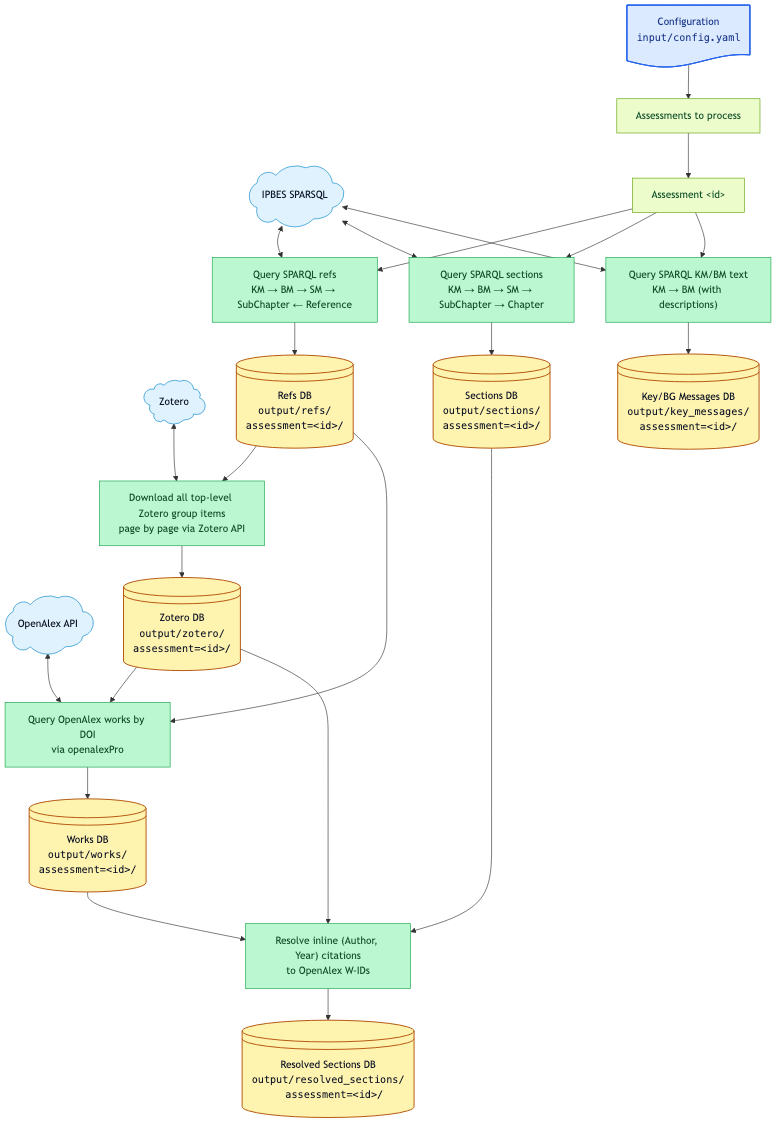
The Mermaid diagram output/figures/workflow.png in IPBES-Data/IPBES_BM_Fact_Checker, before a commit. Its source is kept beside it as input/mmd/workflow.mmd. Its diagram source:
```mermaid
flowchart TD


  openalex@{ shape: cloud, label: "OpenAlex API" }
  zotero@{ shape: cloud, label: "Zotero" }
  sparsql@{ shape: cloud, label: "IPBES SPARSQL" }

  config_file@{ shape: doc, label: "Configuration <br><tt>input/config.yaml</tt>" }
  assessment_list["Assessments to process"]
  config_file --> assessment_list


  assessment_id["Assessment &lt;id&gt;"]

  assessment_list --> assessment_id

  build_refs["Query SPARQL refs<br/>KM → BM → SM → SubChapter ← Reference"]
  assessment_id --> build_refs
  sparsql <--> build_refs
  refs_db@{ shape: lin-cyl, label: "Refs DB<br/><tt>output/refs/</tt><br/><tt>  assessment=&lt;id&gt;/</tt>" }
  build_refs --> refs_db

  build_sections["Query SPARQL sections<br/>KM → BM → SM → SubChapter → Chapter"]
  assessment_id --> build_sections
  sparsql <--> build_sections
  sections_db@{ shape: lin-cyl, label: "Sections DB<br/><tt>output/sections/</tt><br/><tt>  assessment=&lt;id&gt;/</tt>" }
  build_sections --> sections_db

  build_key_messages["Query SPARQL KM/BM text<br/>KM → BM (with descriptions)"]
  assessment_id --> build_key_messages
  sparsql <--> build_key_messages
  key_messages_db@{ shape: lin-cyl, label: "Key/BG Messages DB<br/><tt>output/key_messages/</tt><br/><tt>  assessment=&lt;id&gt;/</tt>" }
  build_key_messages --> key_messages_db


  download_zotero["Download all top-level Zotero group items<br/>page by page via Zotero API"]
  refs_db --> download_zotero
  zotero <--> download_zotero
  zotero_db@{ shape: lin-cyl, label: "Zotero DB<br/><tt>output/zotero/</tt><br/><tt>  assessment=&lt;id&gt;/</tt>" }
  download_zotero --> zotero_db

  download_works["Query OpenAlex works by DOI<br/>via openalexPro"]
  zotero_db --> download_works
  refs_db --> download_works
  openalex <--> download_works
  works_db@{ shape: lin-cyl, label: "Works DB<br/><tt>output/works/</tt><br/><tt>  assessment=&lt;id&gt;/</tt>" }
  download_works --> works_db


  resolve_citations["Resolve inline (Author, Year) citations<br/>to OpenAlex W-IDs"]
  sections_db --> resolve_citations
  works_db --> resolve_citations
  zotero_db --> resolve_citations
  resolved_sections_db@{ shape: lin-cyl, label: "Resolved Sections DB<br/><tt>output/resolved_sections/</tt><br/><tt>  assessment=&lt;id&gt;/</tt>" }
  resolve_citations --> resolved_sections_db


  classDef input_file fill:#dbeafe,stroke:#2563eb,color:#1e3a8a,stroke-width:1.5px;
  classDef file fill:#fff3b0,stroke:#b45309,color:#111827,stroke-width:1.5px;
  classDef database fill:#fff3b0,stroke:#b45309,color:#111827,stroke-width:1.5px;
  classDef processing fill:#bbf7d0,stroke:#16a34a,color:#14532d,stroke-width:1px;
  classDef helper fill:#e0f2fe,stroke:#0284c7,color:#0f172a,stroke-width:1px;
  classDef config fill:#ecfccb,stroke:#65a30d,color:#14532d,stroke-width:1px;

  class config_file input_file;
  class config,assessment_list,assessment_id, config;
  class refs_db,sections_db,key_messages_db,zotero_db,works_db,resolved_sections_db database;
  class build_refs,build_sections,build_key_messages,download_zotero,download_works,resolve_citations processing;
  class openalex,zotero,sparsql helper;
```
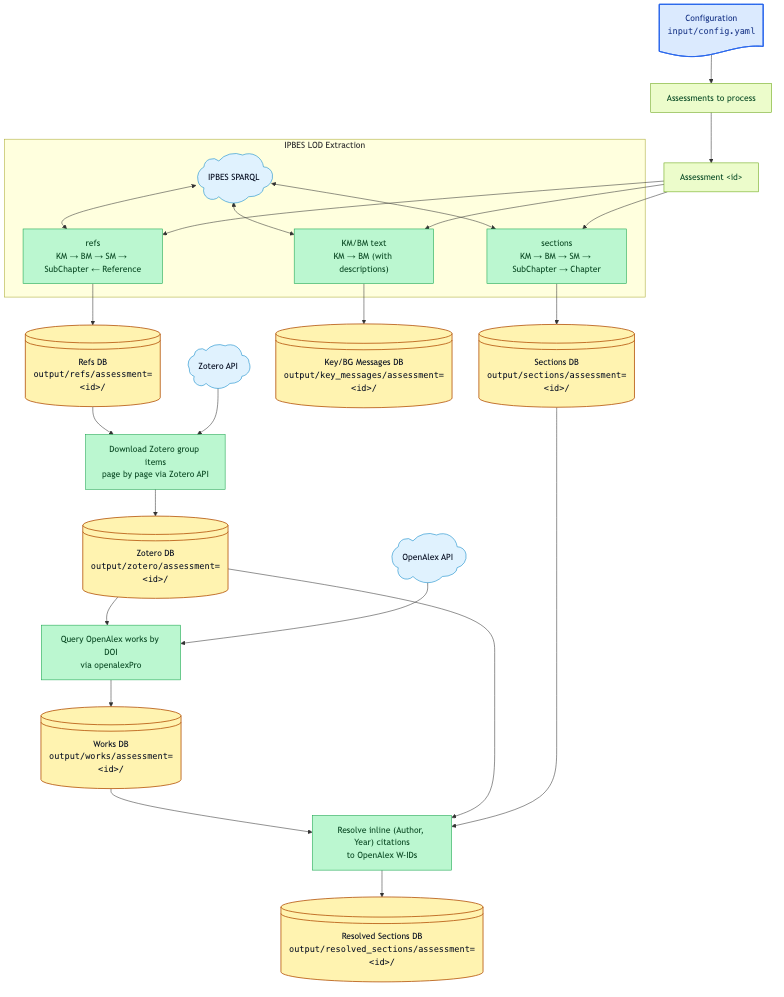
After the change.

Commit message:
Reorganise workflow diagram for cleaner vertical flow

Diff of the diagram source:
```diff
@@ -1,69 +1,49 @@
 flowchart TD
 
+  config_file@{ shape: doc, label: "Configuration <br><tt>input/config.yaml</tt>" }
+  config_file --> assessment_list["Assessments to process"]
+  assessment_list --> assessment_id["Assessment &lt;id&gt;"]
 
-  openalex@{ shape: cloud, label: "OpenAlex API" }
-  zotero@{ shape: cloud, label: "Zotero" }
-  sparsql@{ shape: cloud, label: "IPBES SPARSQL" }
+  subgraph lod["IPBES LOD Extraction"]
+    direction LR
+    sparql@{ shape: cloud, label: "IPBES SPARQL" }
+    build_refs["refs<br/>KM → BM → SM → SubChapter ← Reference"]
+    build_sections["sections<br/>KM → BM → SM → SubChapter → Chapter"]
+    build_key_messages["KM/BM text<br/>KM → BM (with descriptions)"]
+    sparql <--> build_refs
+    sparql <--> build_sections
+    sparql <--> build_key_messages
+  end
 
-  config_file@{ shape: doc, label: "Configuration <br><tt>input/config.yaml</tt>" }
-  assessment_list["Assessments to process"]
-  config_file --> assessment_list
+  assessment_id --> build_refs
+  assessment_id --> build_sections
+  assessment_id --> build_key_messages
 
+  build_refs        --> refs_db@{         shape: lin-cyl, label: "Refs DB<br/><tt>output/refs/assessment=&lt;id&gt;/</tt>" }
+  build_sections    --> sections_db@{     shape: lin-cyl, label: "Sections DB<br/><tt>output/sections/assessment=&lt;id&gt;/</tt>" }
+  build_key_messages --> key_messages_db@{ shape: lin-cyl, label: "Key/BG Messages DB<br/><tt>output/key_messages/assessment=&lt;id&gt;/</tt>" }
 
-  assessment_id["Assessment &lt;id&gt;"]
+  refs_db --> download_zotero["Download Zotero group items<br/>page by page via Zotero API"]
+  zotero_api@{ shape: cloud, label: "Zotero API" } --> download_zotero
+  download_zotero --> zotero_db@{ shape: lin-cyl, label: "Zotero DB<br/><tt>output/zotero/assessment=&lt;id&gt;/</tt>" }
 
-  assessment_list --> assessment_id
+  zotero_db --> download_works["Query OpenAlex works by DOI<br/>via openalexPro"]
+  openalex@{ shape: cloud, label: "OpenAlex API" } --> download_works
+  download_works --> works_db@{ shape: lin-cyl, label: "Works DB<br/><tt>output/works/assessment=&lt;id&gt;/</tt>" }
 
-  build_refs["Query SPARQL refs<br/>KM → BM → SM → SubChapter ← Reference"]
-  assessment_id --> build_refs
-  sparsql <--> build_refs
-  refs_db@{ shape: lin-cyl, label: "Refs DB<br/><tt>output/refs/</tt><br/><tt>  assessment=&lt;id&gt;/</tt>" }
-  build_refs --> refs_db
+  works_db    --> resolve_citations["Resolve inline (Author, Year) citations<br/>to OpenAlex W-IDs"]
+  zotero_db   --> resolve_citations
+  sections_db --> resolve_citations
+  resolve_citations --> resolved_sections_db@{ shape: lin-cyl, label: "Resolved Sections DB<br/><tt>output/resolved_sections/assessment=&lt;id&gt;/</tt>" }
 
-  build_sections["Query SPARQL sections<br/>KM → BM → SM → SubChapter → Chapter"]
-  assessment_id --> build_sections
-  sparsql <--> build_sections
-  sections_db@{ shape: lin-cyl, label: "Sections DB<br/><tt>output/sections/</tt><br/><tt>  assessment=&lt;id&gt;/</tt>" }
-  build_sections --> sections_db
-
-  build_key_messages["Query SPARQL KM/BM text<br/>KM → BM (with descriptions)"]
-  assessment_id --> build_key_messages
-  sparsql <--> build_key_messages
-  key_messages_db@{ shape: lin-cyl, label: "Key/BG Messages DB<br/><tt>output/key_messages/</tt><br/><tt>  assessment=&lt;id&gt;/</tt>" }
-  build_key_messages --> key_messages_db
-
-
-  download_zotero["Download all top-level Zotero group items<br/>page by page via Zotero API"]
-  refs_db --> download_zotero
-  zotero <--> download_zotero
-  zotero_db@{ shape: lin-cyl, label: "Zotero DB<br/><tt>output/zotero/</tt><br/><tt>  assessment=&lt;id&gt;/</tt>" }
-  download_zotero --> zotero_db
-
-  download_works["Query OpenAlex works by DOI<br/>via openalexPro"]
-  zotero_db --> download_works
-  refs_db --> download_works
-  openalex <--> download_works
-  works_db@{ shape: lin-cyl, label: "Works DB<br/><tt>output/works/</tt><br/><tt>  assessment=&lt;id&gt;/</tt>" }
-  download_works --> works_db
-
-
-  resolve_citations["Resolve inline (Author, Year) citations<br/>to OpenAlex W-IDs"]
-  sections_db --> resolve_citations
-  works_db --> resolve_citations
-  zotero_db --> resolve_citations
-  resolved_sections_db@{ shape: lin-cyl, label: "Resolved Sections DB<br/><tt>output/resolved_sections/</tt><br/><tt>  assessment=&lt;id&gt;/</tt>" }
-  resolve_citations --> resolved_sections_db
-
-
-  classDef input_file fill:#dbeafe,stroke:#2563eb,color:#1e3a8a,stroke-width:1.5px;
-  classDef file fill:#fff3b0,stroke:#b45309,color:#111827,stroke-width:1.5px;
-  classDef database fill:#fff3b0,stroke:#b45309,color:#111827,stroke-width:1.5px;
-  classDef processing fill:#bbf7d0,stroke:#16a34a,color:#14532d,stroke-width:1px;
-  classDef helper fill:#e0f2fe,stroke:#0284c7,color:#0f172a,stroke-width:1px;
-  classDef config fill:#ecfccb,stroke:#65a30d,color:#14532d,stroke-width:1px;
+  classDef input_file  fill:#dbeafe,stroke:#2563eb,color:#1e3a8a,stroke-width:1.5px;
+  classDef config      fill:#ecfccb,stroke:#65a30d,color:#14532d,stroke-width:1px;
+  classDef database    fill:#fff3b0,stroke:#b45309,color:#111827,stroke-width:1.5px;
+  classDef processing  fill:#bbf7d0,stroke:#16a34a,color:#14532d,stroke-width:1px;
+  classDef helper      fill:#e0f2fe,stroke:#0284c7,color:#0f172a,stroke-width:1px;
 
   class config_file input_file;
-  class config,assessment_list,assessment_id, config;
+  class assessment_list,assessment_id config;
   class refs_db,sections_db,key_messages_db,zotero_db,works_db,resolved_sections_db database;
   class build_refs,build_sections,build_key_messages,download_zotero,download_works,resolve_citations processing;
-  class openalex,zotero,sparsql helper;
+  class sparql,zotero_api,openalex helper;
```
